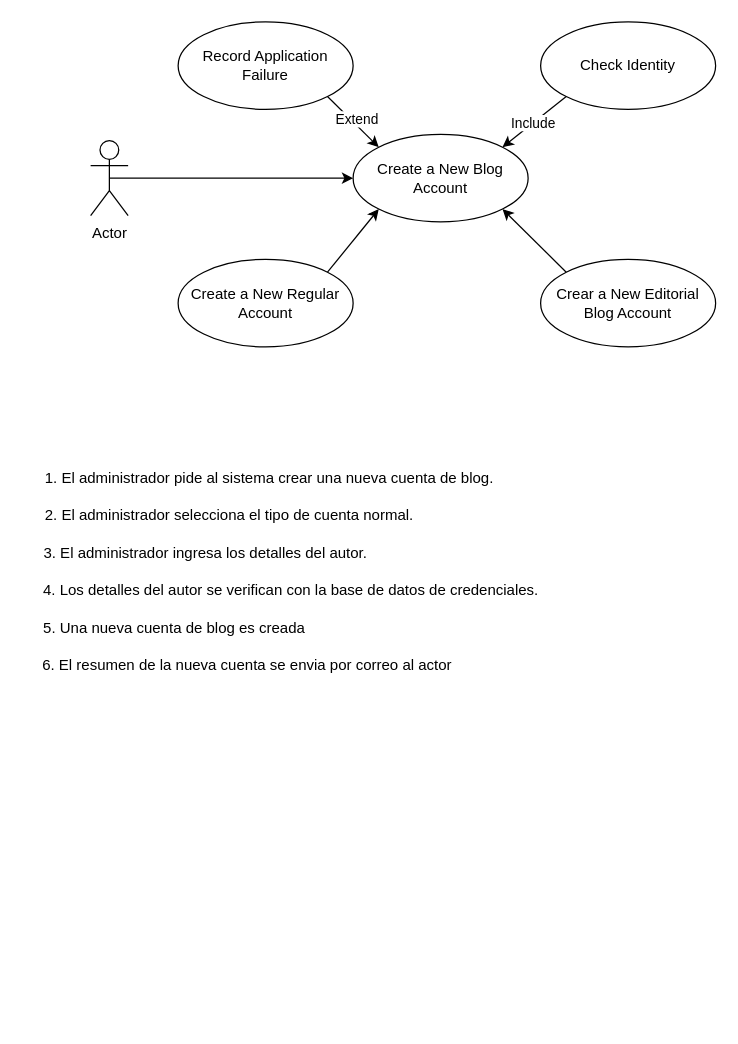
jdrguez/ETS keeps this draw.io diagram as ejemplo.drawio. Above is the earlier version. Source tidied: cells renumbered, new cells numbered last; positions are measured from the earlier drawing's top-left corner, leaving out a move shared by most shapes. Both pictures are drawn from the tidied source at 125%, with x=0, y=0 at pixel (21, 21).
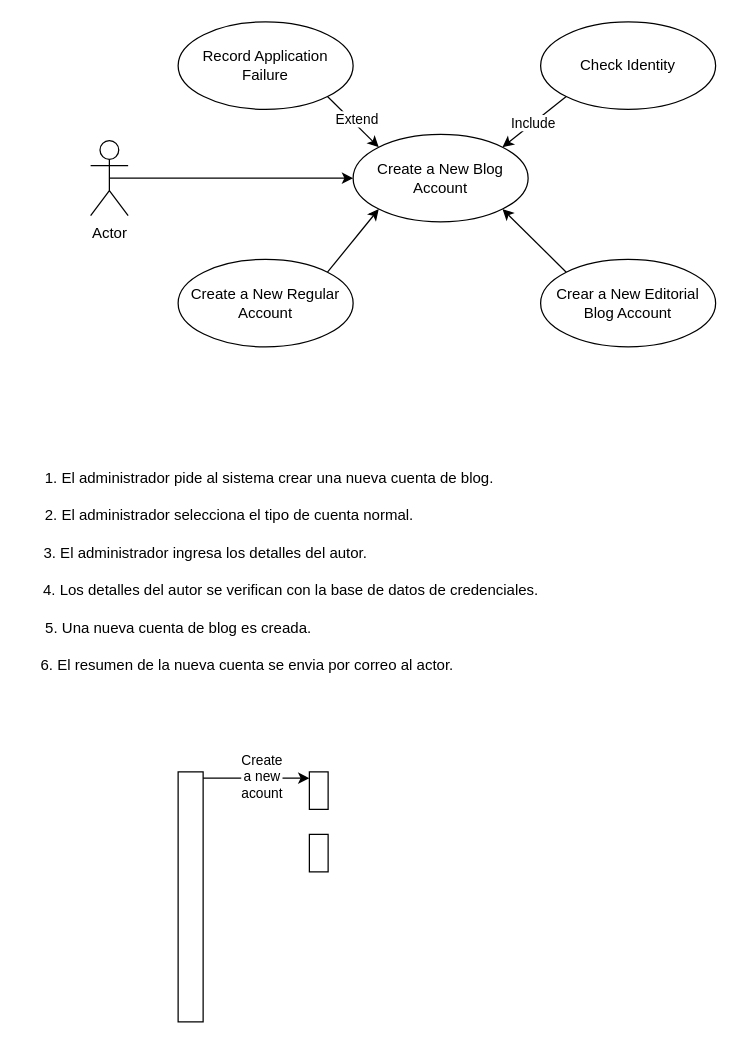
After the change.

The edit, as a diff of the source:
```diff
@@
-    <mxCell id="19" value="&amp;nbsp;5. Una nueva cuenta de blog es creada" style="text;html=1;align=center;verticalAlign=middle;strokeColor=none;fillColor=none;" parent="1" vertex="1">
-      <mxGeometry y="470" width="240" height="30" as="geometry" />
+    <mxCell id="19" value="5. Una nueva cuenta de blog es creada." style="text;html=1;align=center;verticalAlign=middle;strokeColor=none;fillColor=none;" parent="1" vertex="1">
+      <mxGeometry x="5" y="470" width="240" height="30" as="geometry" />
     </mxCell>
-    <mxCell id="20" value="6. El resumen de la nueva cuenta se envia por correo al actor" style="text;html=1;align=center;verticalAlign=middle;strokeColor=none;fillColor=none;" parent="1" vertex="1">
+    <mxCell id="20" value="6. El resumen de la nueva cuenta se envia por correo al actor." style="text;html=1;align=center;verticalAlign=middle;strokeColor=none;fillColor=none;" parent="1" vertex="1">
       <mxGeometry x="5" y="500" width="350" height="30" as="geometry" />
     </mxCell>
+    <mxCell id="21" style="html=1;points=[[0,0,0,0,5],[0,1,0,0,-5],[1,0,0,0,5],[1,1,0,0,-5]];perimeter=orthogonalPerimeter;outlineConnect=0;targetShapes=umlLifeline;portConstraint=eastwest;newEdgeStyle={&quot;curved&quot;:0,&quot;rounded&quot;:0};" parent="1" vertex="1">
+      <mxGeometry x="125" y="600" width="20" height="200" as="geometry" />
+    </mxCell>
+    <mxCell id="22" style="html=1;points=[[0,0,0,0,5],[0,1,0,0,-5],[1,0,0,0,5],[1,1,0,0,-5]];perimeter=orthogonalPerimeter;outlineConnect=0;targetShapes=umlLifeline;portConstraint=eastwest;newEdgeStyle={&quot;curved&quot;:0,&quot;rounded&quot;:0};" parent="1" vertex="1">
+      <mxGeometry x="230" y="600" width="15" height="30" as="geometry" />
+    </mxCell>
+    <mxCell id="23" style="html=1;perimeter=orthogonalPerimeter;targetShapes=umlLifeline;newEdgeStyle={&quot;curved&quot;:0,&quot;rounded&quot;:0};" parent="1" vertex="1">
+      <mxGeometry x="230" y="650" width="15" height="30" as="geometry" />
+    </mxCell>
+    <mxCell id="24" style="edgeStyle=orthogonalEdgeStyle;rounded=0;jettySize=auto;html=1;curved=0;exitX=1;exitY=0;exitDx=0;exitDy=5;exitPerimeter=0;entryX=0;entryY=0;entryDx=0;entryDy=5;entryPerimeter=0;" parent="1" edge="1" source="21" target="22">
+      <mxGeometry relative="1" as="geometry" />
+    </mxCell>
+    <mxCell id="25" value="&lt;div&gt;Create&lt;/div&gt;&lt;div&gt;a new&lt;/div&gt;&lt;div&gt;acount&lt;br&gt;&lt;/div&gt;" style="edgeLabel;html=1;align=center;verticalAlign=middle;" parent="24" vertex="1">
+      <mxGeometry x="0.08" y="2" relative="1" as="geometry" />
+    </mxCell>
```
